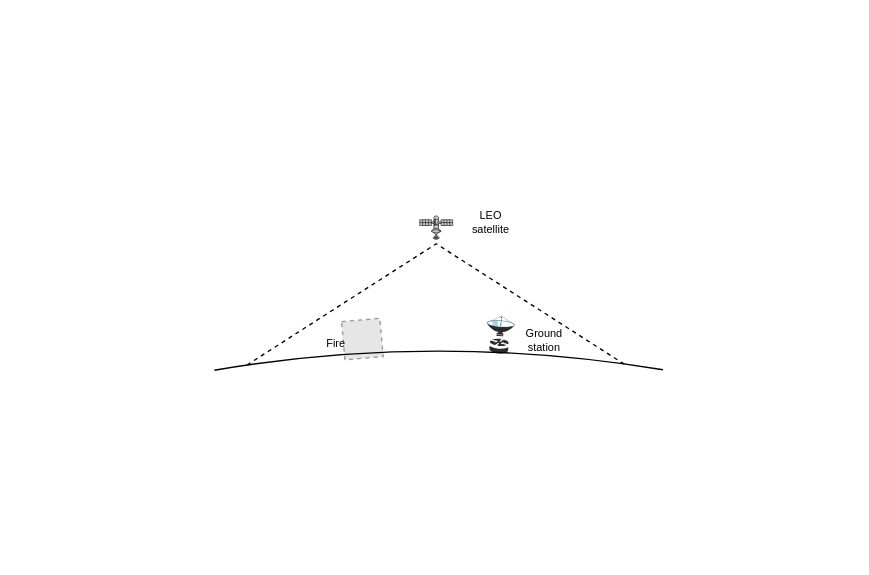
This is Topology scenario 2.drawio from Mast3rwaf1z/p4, a draw.io file, before an edit. Source tidied: cells renumbered, new cells numbered last; positions are measured from the earlier drawing's top-left corner, leaving out a move shared by most shapes. Both pictures are drawn from the tidied source at 137%, with x=0, y=0 at pixel (153, 81). Pictures stored in the file or linked from it are replaced by grey dashed boxes.
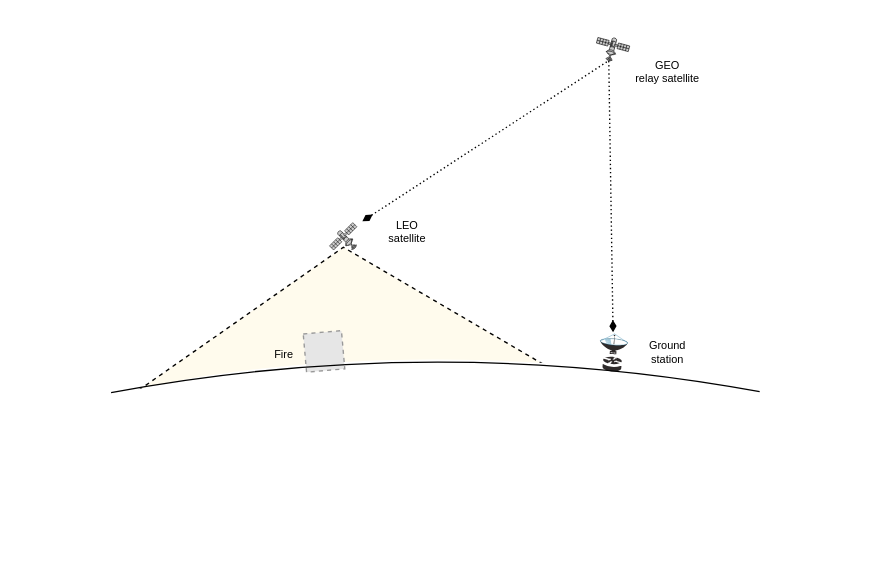
After the change.

Change to the diagram source:
```diff
@@
 <mxGraphModel>
   <root>
     <mxCell id="0" />
     <mxCell id="1" parent="0" />
+    <mxCell id="11" style="triangle;whiteSpace=wrap;html=1;fillColor=#fff2cc;dashed=1;rotation=-92.3;strokeColor=none;opacity=35;" parent="1" vertex="1">
+      <mxGeometry x="84.8" y="3" width="111.1" height="347" as="geometry" />
+    </mxCell>
-    <mxCell id="2" style="triangle;whiteSpace=wrap;html=1;fillColor=none;dashed=1;rotation=-90;" parent="1" vertex="1">
-      <mxGeometry x="150.4" y="0.5" width="111.1" height="347" as="geometry" />
+    <mxCell id="2" style="triangle;whiteSpace=wrap;html=1;fillColor=none;dashed=1;rotation=-92.3;" parent="1" vertex="1">
+      <mxGeometry x="84.8" y="3" width="111.1" height="347" as="geometry" />
     </mxCell>
     <mxCell id="3" style="ellipse;whiteSpace=wrap;html=1;fontSize=8;fillColor=default;strokeColor=none;" parent="1" vertex="1">
-      <mxGeometry y="197" width="415" height="80" as="geometry" />
+      <mxGeometry x="-95" y="203" width="600" height="140" as="geometry" />
     </mxCell>
-    <mxCell id="4" style="fontColor=#0066CC;verticalAlign=top;verticalLabelPosition=bottom;labelPosition=center;align=center;html=1;fillColor=#CCCCCC;strokeColor=#000000;gradientColor=none;gradientDirection=north;strokeWidth=2;shape=mxgraph.networks.satellite;rotation=-45;" parent="1" vertex="1">
-      <mxGeometry x="195.9" y="93" width="20" height="20" as="geometry" />
+    <mxCell id="4" style="fontColor=#0066CC;verticalAlign=top;verticalLabelPosition=bottom;labelPosition=center;align=center;html=1;fillColor=#CCCCCC;strokeColor=#000000;gradientColor=none;gradientDirection=north;strokeWidth=2;shape=mxgraph.networks.satellite;rotation=-90;" parent="1" vertex="1">
+      <mxGeometry x="128" y="103" width="20" height="20" as="geometry" />
     </mxCell>
     <mxCell id="5" style="fillColor=#E6E6E6;strokeColor=#999999;dashed=1;html=1;verticalAlign=top;verticalLabelPosition=bottom;labelBackgroundColor=#ffffff;rotation=-5;" parent="1" vertex="1">
-      <mxGeometry x="138" y="174" width="28" height="28" as="geometry" />
+      <mxGeometry x="110" y="183" width="28" height="28" as="geometry" />
     </mxCell>
     <mxCell id="6" style="shape=mxgraph.cisco.wireless.ground_terminal;html=1;dashed=0;fillColor=#2E2A2A;strokeColor=#ffffff;strokeWidth=2;verticalLabelPosition=bottom;verticalAlign=top;align=center;rotation=-85.4;direction=south;" parent="1" vertex="1">
-      <mxGeometry x="237.7" y="174.8" width="29.4" height="20" as="geometry" />
+      <mxGeometry x="320.3" y="188" width="29.4" height="20" as="geometry" />
     </mxCell>
     <mxCell id="7" value="&lt;font style=&quot;font-size: 8px&quot;&gt;Fire&lt;/font&gt;" style="text;html=1;strokeColor=none;fillColor=none;align=center;verticalAlign=middle;whiteSpace=wrap;rounded=0;" parent="1" vertex="1">
-      <mxGeometry x="103" y="175" width="60" height="30" as="geometry" />
+      <mxGeometry x="65" y="183" width="60" height="30" as="geometry" />
     </mxCell>
     <mxCell id="8" style="endArrow=none;html=1;fontSize=8;curved=1;exitX=0.106;exitY=0.172;exitDx=0;exitDy=0;exitPerimeter=0;entryX=0.895;entryY=0.167;entryDx=0;entryDy=0;entryPerimeter=0;" parent="1" edge="1" source="3" target="3">
       <mxGeometry relative="1" as="geometry">
         <Array as="points">
           <mxPoint x="205" y="183" />
         </Array>
       </mxGeometry>
     </mxCell>
     <mxCell id="9" value="Ground&lt;br&gt;station" style="text;html=1;strokeColor=none;fillColor=none;align=center;verticalAlign=middle;whiteSpace=wrap;rounded=0;fontSize=8;" parent="1" vertex="1">
-      <mxGeometry x="255" y="174" width="60" height="30" as="geometry" />
+      <mxGeometry x="345" y="183" width="60" height="30" as="geometry" />
     </mxCell>
     <mxCell id="10" value="&lt;div&gt;LEO&lt;/div&gt;&lt;div&gt;satellite&lt;br&gt;&lt;/div&gt;" style="text;html=1;strokeColor=none;fillColor=none;align=center;verticalAlign=middle;whiteSpace=wrap;rounded=0;fontSize=8;" parent="1" vertex="1">
-      <mxGeometry x="215.9" y="88" width="60" height="30" as="geometry" />
+      <mxGeometry x="155" y="95" width="60" height="30" as="geometry" />
     </mxCell>
+    <mxCell id="12" style="fontColor=#0066CC;verticalAlign=top;verticalLabelPosition=bottom;labelPosition=center;align=center;html=1;outlineConnect=0;fillColor=#CCCCCC;strokeColor=#000000;gradientColor=none;gradientDirection=north;strokeWidth=2;shape=mxgraph.networks.satellite;rotation=-30;" parent="1" vertex="1">
+      <mxGeometry x="325" y="-37" width="20" height="20" as="geometry" />
+    </mxCell>
+    <mxCell id="13" value="&lt;div&gt;GEO&lt;br&gt;&lt;/div&gt;&lt;div&gt;relay satellite&lt;br&gt;&lt;/div&gt;" style="text;html=1;strokeColor=none;fillColor=none;align=center;verticalAlign=middle;whiteSpace=wrap;rounded=0;fontSize=8;" parent="1" vertex="1">
+      <mxGeometry x="345" y="-22" width="60" height="30" as="geometry" />
+    </mxCell>
+    <mxCell id="14" style="endArrow=none;dashed=1;html=1;rounded=0;entryX=0.07;entryY=0.93;entryDx=0;entryDy=0;entryPerimeter=0;jumpStyle=none;dashPattern=1 2;endFill=0;startArrow=diamondThin;startFill=1;" parent="1" edge="1" target="12">
+      <mxGeometry relative="1" as="geometry">
+        <mxPoint x="152" y="102" as="sourcePoint" />
+      </mxGeometry>
+    </mxCell>
+    <mxCell id="15" style="endArrow=none;dashed=1;html=1;rounded=0;entryX=0.07;entryY=0.93;entryDx=0;entryDy=0;entryPerimeter=0;dashPattern=1 2;startArrow=diamondThin;startFill=1;" parent="1" edge="1" target="12">
+      <mxGeometry relative="1" as="geometry">
+        <mxPoint x="335" y="183" as="sourcePoint" />
+      </mxGeometry>
+    </mxCell>
   </root>
 </mxGraphModel>
```
